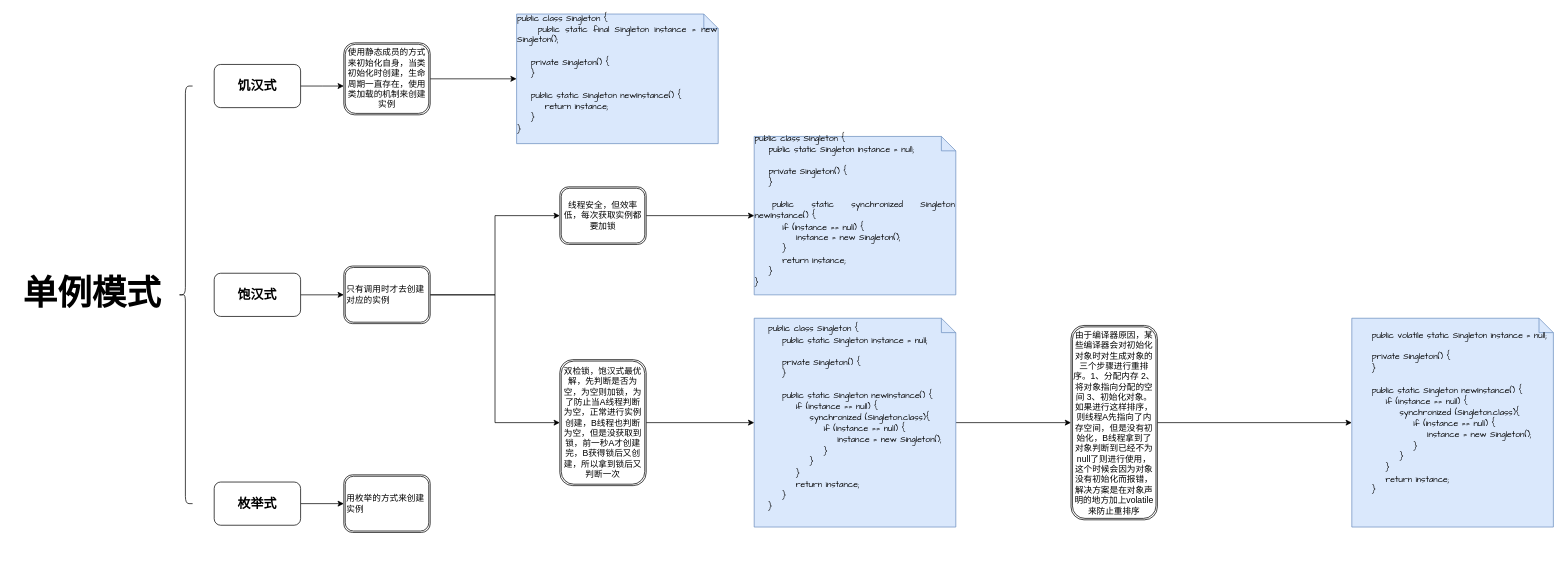
Before: Untitled Diagram.drawio in onedayrex/ImagesUml, a draw.io diagram. Source tidied: cells renumbered, new cells numbered last; positions are measured from the earlier drawing's top-left corner, leaving out a move shared by most shapes. Both pictures are drawn from the tidied source at 72%, with x=0, y=0 at pixel (12, 14).
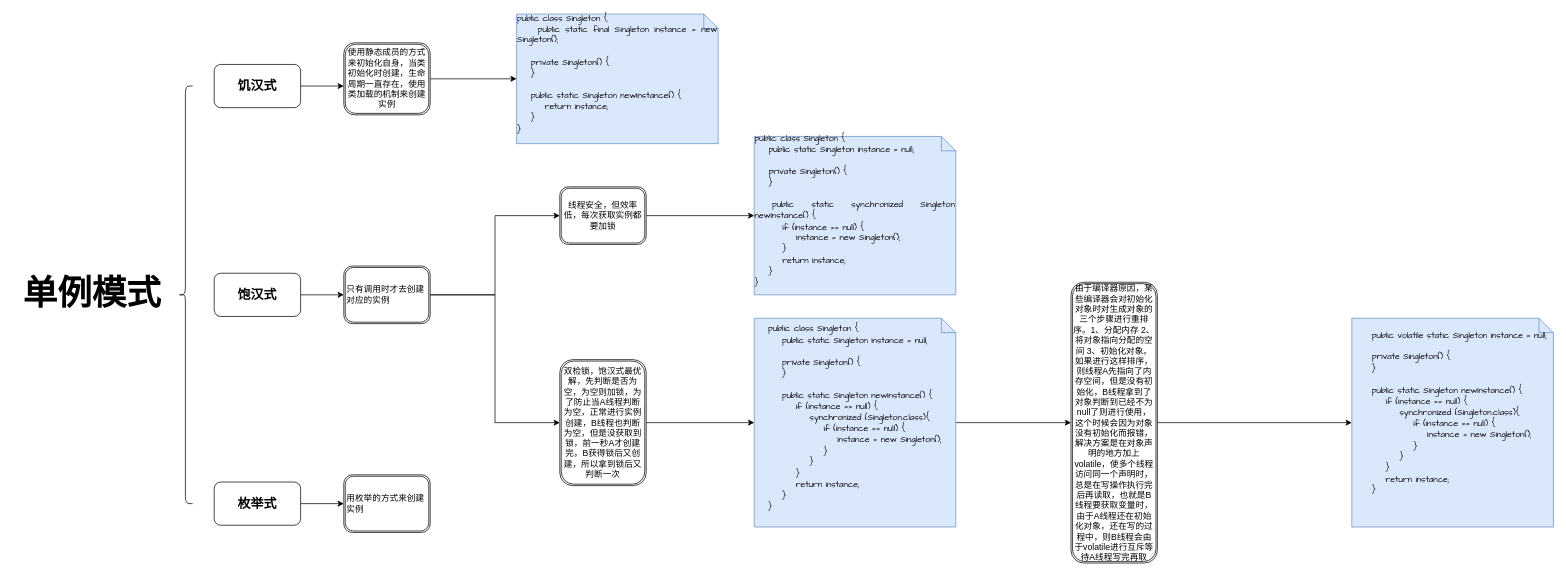
After the change.

Change to the diagram source:
```diff
@@
-    <mxCell id="26" value="由于编译器原因，某些编译器会对初始化对象时对生成对象的三个步骤进行重排序。1、分配内存 2、将对象指向分配的空间 3、初始化对象。如果进行这样排序，则线程A先指向了内存空间，但是没有初始化，B线程拿到了对象判断到已经不为null了则进行使用，这个时候会因为对象没有初始化而报错，解决方案是在对象声明的地方加上volatile来防止重排序" style="shape=ext;double=1;rounded=1;whiteSpace=wrap;html=1;fillColor=#ffffff;gradientColor=#ffffff;" parent="1" vertex="1">
-      <mxGeometry x="1470" y="432.5" width="120" height="270" as="geometry" />
+    <mxCell id="26" value="由于编译器原因，某些编译器会对初始化对象时对生成对象的三个步骤进行重排序。1、分配内存 2、将对象指向分配的空间 3、初始化对象。如果进行这样排序，则线程A先指向了内存空间，但是没有初始化，B线程拿到了对象判断到已经不为null了则进行使用，这个时候会因为对象没有初始化而报错，解决方案是在对象声明的地方加上volatile，使多个线程访问同一个声明时，总是在写操作执行完后再读取，也就是B线程要获取变量时，由于A线程还在初始化对象，还在写的过程中，则B线程会由于volatile进行互斥等待A线程写完再取" style="shape=ext;double=1;rounded=1;whiteSpace=wrap;html=1;fillColor=#ffffff;gradientColor=#ffffff;" parent="1" vertex="1">
+      <mxGeometry x="1470" y="372.5" width="120" height="390" as="geometry" />
     </mxCell>
```
